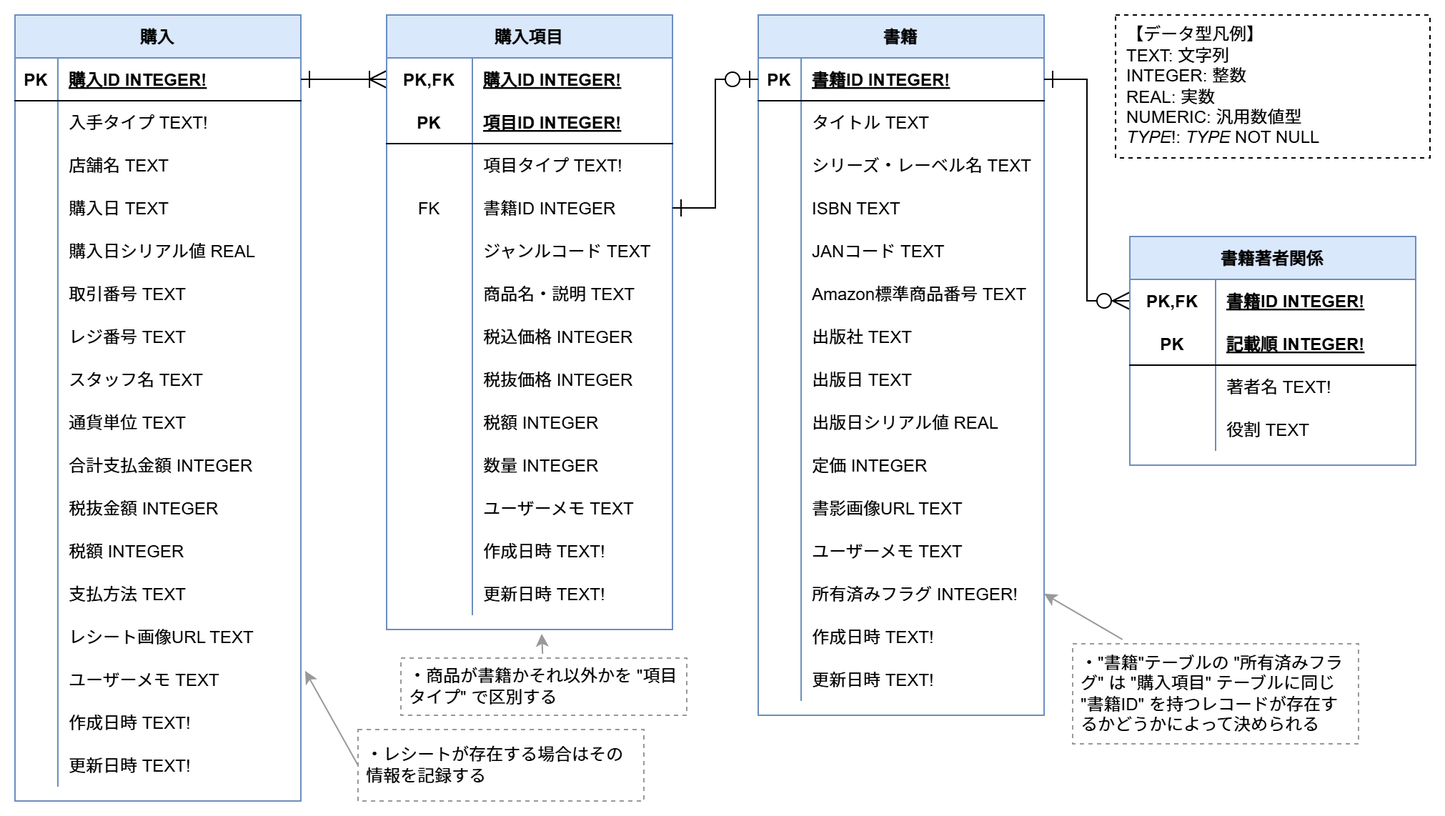
This is docs/ER図-ja.drawio.png from sm-miki/LivreRecords, a draw.io export, as it was before one commit. Source tidied: cells renumbered, new cells last; positions are measured from the earlier drawing's top-left corner, leaving out a move shared by most shapes.
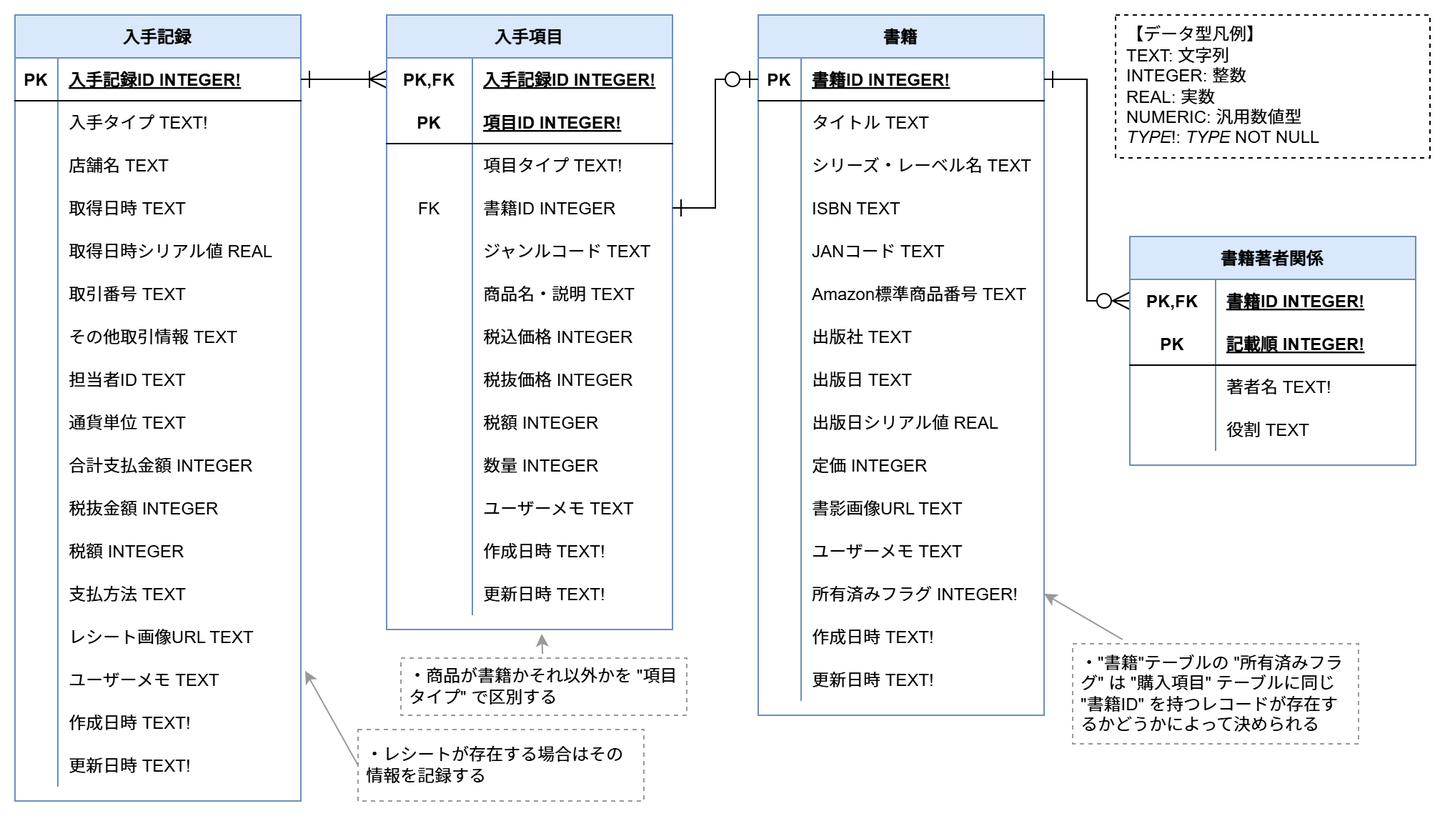
Above is the later version.

Commit message:
refactor: `購入` テーブルを `入手情報`、`購入項目` を `入手項目` にリネーム

What changed in the source:
```diff
@@ -140,7 +140,7 @@
     <mxCell id="47" value="更新日時 TEXT!" style="shape=partialRectangle;fillColor=none;top=0;left=0;bottom=0;right=0;align=left;spacingLeft=6;overflow=hidden;fontSize=12;" parent="45" vertex="1">
       <mxGeometry x="30" width="170" height="30" as="geometry" />
     </mxCell>
-    <mxCell id="48" value="購入" style="shape=table;startSize=30;rowLines=0;fontStyle=1;align=center;fontSize=12;fillColor=#dae8fc;strokeColor=#6c8ebf;" parent="1" vertex="1">
+    <mxCell id="48" value="入手記録" style="shape=table;startSize=30;rowLines=0;fontStyle=1;align=center;fontSize=12;fillColor=#dae8fc;strokeColor=#6c8ebf;" parent="1" vertex="1">
       <mxGeometry width="200" height="550" as="geometry" />
     </mxCell>
     <mxCell id="49" style="shape=tableRow;horizontal=0;startSize=0;swimlaneHead=0;swimlaneBody=0;fillColor=none;points=[[0,0.5],[1,0.5]];portConstraint=eastwest;top=0;left=0;right=0;bottom=1;fontSize=12;" parent="48" vertex="1">
@@ -149,7 +149,7 @@
     <mxCell id="50" value="PK" style="shape=partialRectangle;fillColor=none;top=0;left=0;bottom=0;right=0;fontStyle=1;overflow=hidden;fontSize=12;" parent="49" vertex="1">
       <mxGeometry width="30" height="30" as="geometry" />
     </mxCell>
-    <mxCell id="51" value="購入ID INTEGER!" style="shape=partialRectangle;fillColor=none;top=0;left=0;bottom=0;right=0;align=left;spacingLeft=6;fontStyle=5;overflow=hidden;fontSize=12;" parent="49" vertex="1">
+    <mxCell id="51" value="入手記録ID INTEGER!" style="shape=partialRectangle;fillColor=none;top=0;left=0;bottom=0;right=0;align=left;spacingLeft=6;fontStyle=5;overflow=hidden;fontSize=12;" parent="49" vertex="1">
       <mxGeometry x="30" width="170" height="30" as="geometry" />
     </mxCell>
     <mxCell id="52" style="shape=tableRow;horizontal=0;startSize=0;swimlaneHead=0;swimlaneBody=0;fillColor=none;top=0;left=0;right=0;bottom=0;fontSize=12;" parent="48" vertex="1">
@@ -176,7 +176,7 @@
     <mxCell id="59" style="shape=partialRectangle;fillColor=none;top=0;left=0;bottom=0;right=0;overflow=hidden;fontSize=12;" parent="58" vertex="1">
       <mxGeometry width="30" height="30" as="geometry" />
     </mxCell>
-    <mxCell id="60" value="購入日 TEXT" style="shape=partialRectangle;fillColor=none;top=0;left=0;bottom=0;right=0;align=left;spacingLeft=6;overflow=hidden;fontSize=12;" parent="58" vertex="1">
+    <mxCell id="60" value="取得日時 TEXT" style="shape=partialRectangle;fillColor=none;top=0;left=0;bottom=0;right=0;align=left;spacingLeft=6;overflow=hidden;fontSize=12;" parent="58" vertex="1">
       <mxGeometry x="30" width="170" height="30" as="geometry" />
     </mxCell>
     <mxCell id="61" style="shape=tableRow;horizontal=0;startSize=0;swimlaneHead=0;swimlaneBody=0;fillColor=none;top=0;left=0;right=0;bottom=0;fontSize=12;" parent="48" vertex="1">
@@ -185,7 +185,7 @@
     <mxCell id="62" style="shape=partialRectangle;fillColor=none;top=0;left=0;bottom=0;right=0;overflow=hidden;fontSize=12;" parent="61" vertex="1">
       <mxGeometry width="30" height="30" as="geometry" />
     </mxCell>
-    <mxCell id="63" value="購入日シリアル値 REAL" style="shape=partialRectangle;fillColor=none;top=0;left=0;bottom=0;right=0;align=left;spacingLeft=6;overflow=hidden;fontSize=12;" parent="61" vertex="1">
+    <mxCell id="63" value="取得日時シリアル値 REAL" style="shape=partialRectangle;fillColor=none;top=0;left=0;bottom=0;right=0;align=left;spacingLeft=6;overflow=hidden;fontSize=12;" parent="61" vertex="1">
       <mxGeometry x="30" width="170" height="30" as="geometry" />
     </mxCell>
     <mxCell id="64" style="shape=tableRow;horizontal=0;startSize=0;swimlaneHead=0;swimlaneBody=0;fillColor=none;top=0;left=0;right=0;bottom=0;fontSize=12;" parent="48" vertex="1">
@@ -203,7 +203,7 @@
     <mxCell id="68" style="shape=partialRectangle;fillColor=none;top=0;left=0;bottom=0;right=0;overflow=hidden;fontSize=12;" parent="67" vertex="1">
       <mxGeometry width="30" height="30" as="geometry" />
     </mxCell>
-    <mxCell id="69" value="レジ番号 TEXT" style="shape=partialRectangle;fillColor=none;top=0;left=0;bottom=0;right=0;align=left;spacingLeft=6;overflow=hidden;fontSize=12;" parent="67" vertex="1">
+    <mxCell id="69" value="その他取引情報 TEXT" style="shape=partialRectangle;fillColor=none;top=0;left=0;bottom=0;right=0;align=left;spacingLeft=6;overflow=hidden;fontSize=12;" parent="67" vertex="1">
       <mxGeometry x="30" width="170" height="30" as="geometry" />
     </mxCell>
     <mxCell id="70" style="shape=tableRow;horizontal=0;startSize=0;swimlaneHead=0;swimlaneBody=0;fillColor=none;top=0;left=0;right=0;bottom=0;fontSize=12;" parent="48" vertex="1">
@@ -212,7 +212,7 @@
     <mxCell id="71" style="shape=partialRectangle;fillColor=none;top=0;left=0;bottom=0;right=0;overflow=hidden;fontSize=12;" parent="70" vertex="1">
       <mxGeometry width="30" height="30" as="geometry" />
     </mxCell>
-    <mxCell id="72" value="スタッフ名 TEXT" style="shape=partialRectangle;fillColor=none;top=0;left=0;bottom=0;right=0;align=left;spacingLeft=6;overflow=hidden;fontSize=12;" parent="70" vertex="1">
+    <mxCell id="72" value="担当者ID TEXT" style="shape=partialRectangle;fillColor=none;top=0;left=0;bottom=0;right=0;align=left;spacingLeft=6;overflow=hidden;fontSize=12;" parent="70" vertex="1">
       <mxGeometry x="30" width="170" height="30" as="geometry" />
     </mxCell>
     <mxCell id="73" style="shape=tableRow;horizontal=0;startSize=0;swimlaneHead=0;swimlaneBody=0;fillColor=none;top=0;left=0;right=0;bottom=0;fontSize=12;" parent="48" vertex="1">
@@ -302,7 +302,7 @@
     <mxCell id="101" style="edgeStyle=entityRelationEdgeStyle;fontSize=12;html=1;endArrow=ERzeroToMany;endFill=1;rounded=0;startSize=10;endSize=10;jumpSize=10;startArrow=ERone;startFill=0;entryX=0;entryY=0.5;entryDx=0;entryDy=0;exitX=1;exitY=0.5;exitDx=0;exitDy=0;" parent="1" edge="1" source="3" target="143">
       <mxGeometry relative="1" as="geometry" />
     </mxCell>
-    <mxCell id="102" value="購入項目" style="shape=table;startSize=30;rowLines=0;fontStyle=1;align=center;fontSize=12;fillColor=#dae8fc;strokeColor=#6c8ebf;" parent="1" vertex="1">
+    <mxCell id="102" value="入手項目" style="shape=table;startSize=30;rowLines=0;fontStyle=1;align=center;fontSize=12;fillColor=#dae8fc;strokeColor=#6c8ebf;" parent="1" vertex="1">
       <mxGeometry x="260" width="200" height="430" as="geometry" />
     </mxCell>
     <mxCell id="103" style="shape=tableRow;horizontal=0;startSize=0;swimlaneHead=0;swimlaneBody=0;fillColor=none;points=[[0,0.5],[1,0.5]];portConstraint=eastwest;top=0;left=0;right=0;bottom=1;fontSize=12;strokeColor=none;" parent="102" vertex="1">
@@ -311,7 +311,7 @@
     <mxCell id="104" value="PK,FK" style="shape=partialRectangle;fillColor=none;top=0;left=0;bottom=0;right=0;fontStyle=1;overflow=hidden;fontSize=12;" parent="103" vertex="1">
       <mxGeometry width="60" height="30" as="geometry" />
     </mxCell>
-    <mxCell id="105" value="購入ID INTEGER!" style="shape=partialRectangle;fillColor=none;top=0;left=0;bottom=0;right=0;align=left;spacingLeft=6;fontStyle=5;overflow=hidden;fontSize=12;" parent="103" vertex="1">
+    <mxCell id="105" value="入手記録ID INTEGER!" style="shape=partialRectangle;fillColor=none;top=0;left=0;bottom=0;right=0;align=left;spacingLeft=6;fontStyle=5;overflow=hidden;fontSize=12;" parent="103" vertex="1">
       <mxGeometry x="60" width="140" height="30" as="geometry" />
     </mxCell>
     <mxCell id="106" style="shape=tableRow;horizontal=0;startSize=0;swimlaneHead=0;swimlaneBody=0;fillColor=none;top=0;left=0;right=0;bottom=1;fontSize=12;" parent="102" vertex="1">
```
